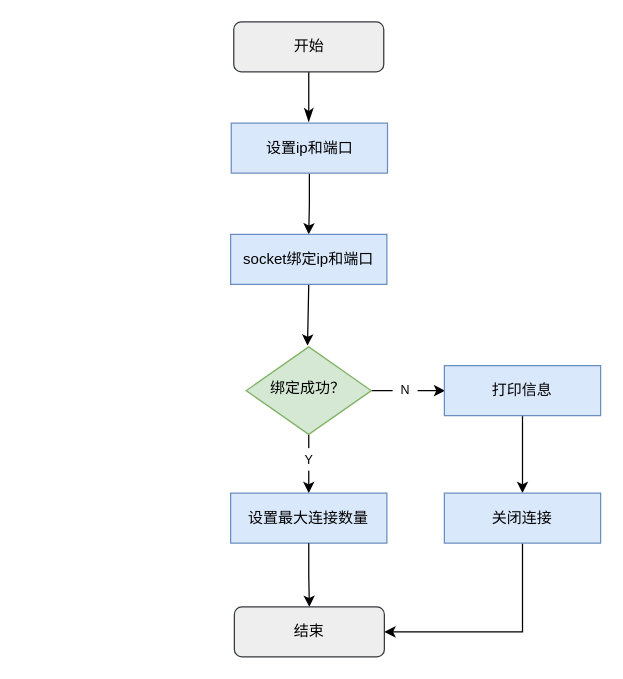
Above: 服务端通信绑定.drawio in KAZAMA-DREAM/picture (draw.io), before the change. Source tidied: cells renumbered, new cells numbered last; positions are measured from the earlier drawing's top-left corner, leaving out a move shared by most shapes. Both pictures are drawn from the tidied source at 125%, with x=0, y=0 at pixel (230, 21).
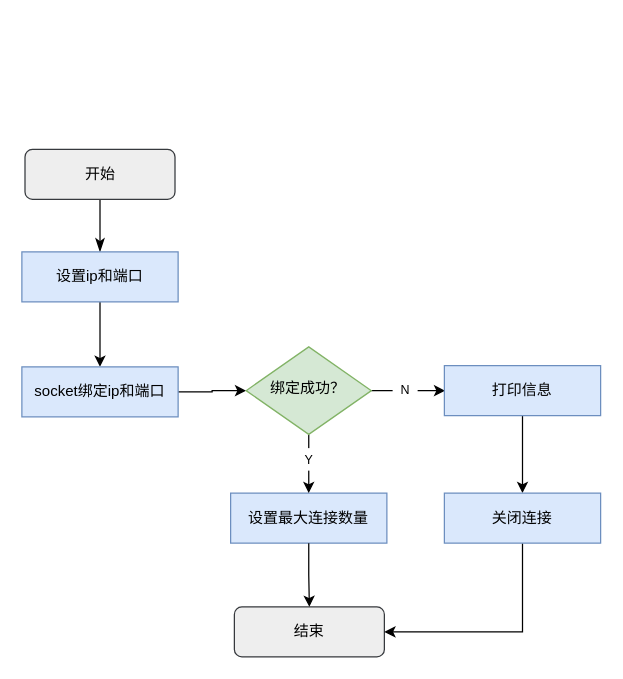
The same diagram, later.

Commit message (it also covers changes not shown here):
更新服务端通信绑定.drawio

Unchanged cells that the change refers to:
```xml
<mxCell id="14" value="绑定成功？" style="rhombus;whiteSpace=wrap;html=1;shadow=0;fontFamily=Helvetica;fontSize=12;align=center;strokeWidth=1;spacing=6;spacingTop=-4;fillColor=#d5e8d4;strokeColor=#82b366;" parent="1" vertex="1">
  <mxGeometry x="12.4" y="260" width="100.2" height="70" as="geometry" />
</mxCell>
```

Change to the diagram source:
```diff
@@
-    <mxCell id="2" style="rounded=0;html=1;jettySize=auto;fontSize=11;endArrow=classicThin;endFill=1;endSize=8;strokeWidth=1;shadow=0;labelBackgroundColor=none;edgeStyle=orthogonalEdgeStyle;" parent="1" edge="1" source="3">
-      <mxGeometry relative="1" as="geometry">
-        <mxPoint x="62.5" y="80" as="targetPoint" />
-      </mxGeometry>
+    <mxCell id="2" style="rounded=0;html=1;jettySize=auto;fontSize=11;endArrow=classicThin;endFill=1;endSize=8;strokeWidth=1;shadow=0;labelBackgroundColor=none;edgeStyle=orthogonalEdgeStyle;entryX=0.5;entryY=0;entryDx=0;entryDy=0;" parent="1" edge="1" source="3" target="6">
+      <mxGeometry relative="1" as="geometry" />
     </mxCell>
     <mxCell id="3" value="开始" style="rounded=1;whiteSpace=wrap;html=1;fontSize=12;glass=0;strokeWidth=1;shadow=0;fillColor=#eeeeee;strokeColor=#36393d;" parent="1" vertex="1">
-      <mxGeometry x="2.5" width="120" height="40" as="geometry" />
+      <mxGeometry x="-164.5" y="102" width="120" height="40" as="geometry" />
     </mxCell>
@@
     <mxCell id="6" value="设置ip和端口" style="rounded=0;whiteSpace=wrap;html=1;fillColor=#dae8fc;strokeColor=#6c8ebf;" parent="1" vertex="1">
-      <mxGeometry x="0.5" y="81" width="125" height="40" as="geometry" />
+      <mxGeometry x="-167" y="184" width="125" height="40" as="geometry" />
     </mxCell>
-    <mxCell id="7" style="edgeStyle=orthogonalEdgeStyle;rounded=0;jettySize=auto;html=1;exitX=0.5;exitY=1;exitDx=0;exitDy=0;" parent="1" edge="1" source="8">
-      <mxGeometry relative="1" as="geometry">
-        <mxPoint x="61.5" y="259" as="targetPoint" />
-        <Array as="points">
-          <mxPoint x="62" y="259" />
-        </Array>
-      </mxGeometry>
+    <mxCell id="7" style="edgeStyle=orthogonalEdgeStyle;rounded=0;jettySize=auto;html=1;exitX=1;exitY=0.5;exitDx=0;exitDy=0;entryX=0;entryY=0.5;entryDx=0;entryDy=0;" parent="1" edge="1" source="8" target="14">
+      <mxGeometry relative="1" as="geometry" />
     </mxCell>
     <mxCell id="8" value="socket绑定ip和端口" style="rounded=0;whiteSpace=wrap;html=1;fillColor=#dae8fc;strokeColor=#6c8ebf;" parent="1" vertex="1">
-      <mxGeometry y="170" width="125" height="40" as="geometry" />
+      <mxGeometry x="-167" y="276" width="125" height="40" as="geometry" />
     </mxCell>
```
